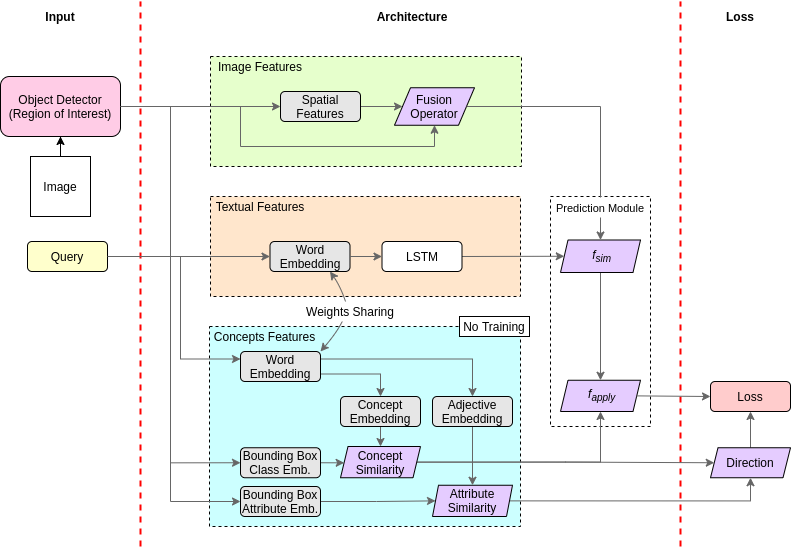
Before: figures/model-architecture.png, a diagram exported from draw.io (lparolari/master-thesis-report). Source tidied: cells renumbered, new cells last; positions are measured from the earlier drawing's top-left corner, leaving out a move shared by most shapes. Source of this version:
```xml
<mxGraphModel>
  <root>
    <mxCell id="0" />
    <mxCell id="1" parent="0" />
    <mxCell id="2" style="whiteSpace=wrap;html=1;shadow=0;dashed=1;fontStyle=0;fillColor=#FFFFFF;" parent="1" vertex="1">
      <mxGeometry x="550" y="195" width="100" height="230" as="geometry" />
    </mxCell>
    <mxCell id="3" style="whiteSpace=wrap;html=1;shadow=0;dashed=1;fontStyle=0;fillColor=#CCFFFF;" parent="1" vertex="1">
      <mxGeometry x="209" y="325" width="311" height="200" as="geometry" />
    </mxCell>
    <mxCell id="4" style="whiteSpace=wrap;html=1;shadow=0;dashed=1;fontStyle=0;fillColor=#FFE6CC;" parent="1" vertex="1">
      <mxGeometry x="210" y="195" width="310" height="100" as="geometry" />
    </mxCell>
    <mxCell id="5" style="whiteSpace=wrap;html=1;shadow=0;dashed=1;fontStyle=0;fillColor=#E6FFCC;" parent="1" vertex="1">
      <mxGeometry x="210" y="55" width="311" height="110" as="geometry" />
    </mxCell>
    <mxCell id="6" style="edgeStyle=orthogonalEdgeStyle;rounded=0;jettySize=auto;html=1;exitX=1;exitY=0.5;exitDx=0;exitDy=0;entryX=0;entryY=0.5;entryDx=0;entryDy=0;strokeColor=#666666;" parent="1" edge="1" source="8" target="14">
      <mxGeometry relative="1" as="geometry" />
    </mxCell>
    <mxCell id="7" style="edgeStyle=orthogonalEdgeStyle;rounded=0;jettySize=auto;html=1;exitX=1;exitY=0.5;exitDx=0;exitDy=0;entryX=0.5;entryY=1;entryDx=0;entryDy=0;strokeColor=#666666;" parent="1" edge="1" source="8" target="40">
      <mxGeometry relative="1" as="geometry">
        <Array as="points">
          <mxPoint x="240" y="105" />
          <mxPoint x="240" y="145" />
          <mxPoint x="434" y="145" />
        </Array>
      </mxGeometry>
    </mxCell>
    <mxCell id="8" value="Object Detector&lt;br&gt;(Region of Interest)" style="rounded=1;whiteSpace=wrap;html=1;fillColor=#FFCCE6;" parent="1" vertex="1">
      <mxGeometry y="75" width="120" height="60" as="geometry" />
    </mxCell>
    <mxCell id="9" style="edgeStyle=none;rounded=0;jettySize=auto;html=1;exitX=1;exitY=0.5;exitDx=0;exitDy=0;entryX=0;entryY=0.5;entryDx=0;entryDy=0;strokeColor=#666666;" parent="1" edge="1" source="10" target="17">
      <mxGeometry relative="1" as="geometry" />
    </mxCell>
    <mxCell id="10" value="Query" style="rounded=1;whiteSpace=wrap;html=1;fillColor=#FFFFCC;" parent="1" vertex="1">
      <mxGeometry x="27" y="240" width="80" height="30" as="geometry" />
    </mxCell>
    <mxCell id="11" style="edgeStyle=orthogonalEdgeStyle;rounded=0;jettySize=auto;html=1;" parent="1" edge="1" source="12" target="8">
      <mxGeometry relative="1" as="geometry" />
    </mxCell>
    <mxCell id="12" value="Image" style="rounded=0;whiteSpace=wrap;html=1;" parent="1" vertex="1">
      <mxGeometry x="30" y="155" width="60" height="60" as="geometry" />
    </mxCell>
    <mxCell id="13" style="edgeStyle=orthogonalEdgeStyle;rounded=0;jettySize=auto;html=1;entryX=0;entryY=0.5;entryDx=0;entryDy=0;strokeColor=#666666;" parent="1" edge="1" source="14" target="40">
      <mxGeometry relative="1" as="geometry" />
    </mxCell>
    <mxCell id="14" value="Spatial Features" style="rounded=1;whiteSpace=wrap;html=1;fillColor=#E6E6E6;shadow=0;" parent="1" vertex="1">
      <mxGeometry x="280" y="90" width="80" height="30" as="geometry" />
    </mxCell>
    <mxCell id="15" style="endArrow=none;dashed=1;html=1;strokeColor=#FF0000;strokeWidth=2;" parent="1" edge="1">
      <mxGeometry relative="1" as="geometry">
        <mxPoint x="140" y="545" as="sourcePoint" />
        <mxPoint x="140" as="targetPoint" />
      </mxGeometry>
    </mxCell>
    <mxCell id="16" value="Image Features" style="text;html=1;strokeColor=none;fillColor=none;align=center;verticalAlign=middle;whiteSpace=wrap;rounded=0;shadow=0;" parent="1" vertex="1">
      <mxGeometry x="209" y="55" width="102" height="20" as="geometry" />
    </mxCell>
    <mxCell id="17" value="Word Embedding" style="rounded=1;whiteSpace=wrap;html=1;fillColor=#E6E6E6;" parent="1" vertex="1">
      <mxGeometry x="269.5" y="240" width="80" height="30" as="geometry" />
    </mxCell>
    <mxCell id="18" style="edgeStyle=none;rounded=0;jettySize=auto;html=1;exitX=1;exitY=0.5;exitDx=0;exitDy=0;entryX=0;entryY=0.5;entryDx=0;entryDy=0;strokeColor=#666666;" parent="1" edge="1" source="19" target="23">
      <mxGeometry relative="1" as="geometry" />
    </mxCell>
    <mxCell id="19" value="LSTM" style="rounded=1;whiteSpace=wrap;html=1;" parent="1" vertex="1">
      <mxGeometry x="381.5" y="240" width="80" height="30" as="geometry" />
    </mxCell>
    <mxCell id="20" style="edgeStyle=orthogonalEdgeStyle;rounded=0;jettySize=auto;html=1;strokeColor=#666666;" parent="1" edge="1" source="17" target="19">
      <mxGeometry x="250" y="240" as="geometry" />
    </mxCell>
    <mxCell id="21" value="Textual Features" style="text;html=1;strokeColor=none;fillColor=none;align=center;verticalAlign=middle;whiteSpace=wrap;rounded=0;shadow=0;" parent="1" vertex="1">
      <mxGeometry x="210" y="195" width="100" height="20" as="geometry" />
    </mxCell>
    <mxCell id="22" style="rounded=0;jettySize=auto;html=1;exitX=1;exitY=0.5;exitDx=0;exitDy=0;entryX=0.5;entryY=0;entryDx=0;entryDy=0;edgeStyle=orthogonalEdgeStyle;strokeColor=#666666;" parent="1" edge="1" source="23" target="38">
      <mxGeometry relative="1" as="geometry">
        <Array as="points">
          <mxPoint x="616" y="255" />
          <mxPoint x="580" y="255" />
        </Array>
      </mxGeometry>
    </mxCell>
    <mxCell id="23" value="&amp;nbsp;&lt;i&gt;f&lt;/i&gt;&lt;sub&gt;&lt;i&gt;sim&lt;/i&gt;&lt;/sub&gt;" style="shape=parallelogram;perimeter=parallelogramPerimeter;whiteSpace=wrap;html=1;fillColor=#E5CCFF;size=0.09375;" parent="1" vertex="1">
      <mxGeometry x="560" y="238.5" width="80" height="32.5" as="geometry" />
    </mxCell>
    <mxCell id="24" style="endArrow=none;dashed=1;html=1;strokeColor=#FF0000;strokeWidth=2;" parent="1" edge="1">
      <mxGeometry relative="1" as="geometry">
        <mxPoint x="680" y="545" as="sourcePoint" />
        <mxPoint x="680" as="targetPoint" />
      </mxGeometry>
    </mxCell>
    <mxCell id="25" value="Loss" style="rounded=1;whiteSpace=wrap;html=1;fillColor=#FFCCCC;" parent="1" vertex="1">
      <mxGeometry x="710" y="380" width="80" height="30" as="geometry" />
    </mxCell>
    <mxCell id="26" style="edgeStyle=none;rounded=0;orthogonalLoop=1;jettySize=auto;html=1;exitX=0.75;exitY=1;exitDx=0;exitDy=0;" parent="1" edge="1" source="25" target="25">
      <mxGeometry relative="1" as="geometry" />
    </mxCell>
    <mxCell id="27" value="Input" style="text;html=1;strokeColor=none;fillColor=none;align=center;verticalAlign=middle;whiteSpace=wrap;rounded=0;shadow=0;fontStyle=1;" parent="1" vertex="1">
      <mxGeometry x="40" y="5" width="40" height="20" as="geometry" />
    </mxCell>
    <mxCell id="28" value="Architecture" style="text;html=1;strokeColor=none;fillColor=none;align=center;verticalAlign=middle;whiteSpace=wrap;rounded=0;shadow=0;fontStyle=1;" parent="1" vertex="1">
      <mxGeometry x="392" y="5" width="40" height="20" as="geometry" />
    </mxCell>
    <mxCell id="29" value="Loss" style="text;html=1;strokeColor=none;fillColor=none;align=center;verticalAlign=middle;whiteSpace=wrap;rounded=0;shadow=0;fontStyle=1;" parent="1" vertex="1">
      <mxGeometry x="720" y="5" width="40" height="20" as="geometry" />
    </mxCell>
    <mxCell id="30" style="edgeStyle=orthogonalEdgeStyle;rounded=0;jettySize=auto;html=1;exitX=1;exitY=0.5;exitDx=0;exitDy=0;entryX=0;entryY=0.5;entryDx=0;entryDy=0;strokeColor=#666666;" parent="1" edge="1" source="31" target="37">
      <mxGeometry relative="1" as="geometry" />
    </mxCell>
    <mxCell id="31" value="Bounding Box&lt;br&gt;Class Emb." style="rounded=1;whiteSpace=wrap;html=1;shadow=0;fillColor=#E6E6E6;" parent="1" vertex="1">
      <mxGeometry x="240" y="446.2" width="80" height="30" as="geometry" />
    </mxCell>
    <mxCell id="32" value="Concepts Features" style="text;html=1;strokeColor=none;fillColor=none;align=center;verticalAlign=middle;whiteSpace=wrap;rounded=0;shadow=0;" parent="1" vertex="1">
      <mxGeometry x="209" y="325" width="111" height="20" as="geometry" />
    </mxCell>
    <mxCell id="33" style="edgeStyle=orthogonalEdgeStyle;rounded=0;jettySize=auto;html=1;exitX=0.5;exitY=1;exitDx=0;exitDy=0;entryX=0.5;entryY=0;entryDx=0;entryDy=0;strokeColor=#666666;" parent="1" edge="1" source="34" target="37">
      <mxGeometry relative="1" as="geometry" />
    </mxCell>
    <mxCell id="34" value="Concept&lt;br&gt;Embedding" style="rounded=1;whiteSpace=wrap;html=1;shadow=0;fillColor=#E6E6E6;" parent="1" vertex="1">
      <mxGeometry x="340" y="395" width="80" height="30" as="geometry" />
    </mxCell>
    <mxCell id="35" style="edgeStyle=orthogonalEdgeStyle;rounded=0;jettySize=auto;html=1;exitX=1;exitY=0.5;exitDx=0;exitDy=0;entryX=0;entryY=0.5;entryDx=0;entryDy=0;strokeColor=#666666;" parent="1" edge="1" source="37" target="49">
      <mxGeometry relative="1" as="geometry" />
    </mxCell>
    <mxCell id="36" style="edgeStyle=orthogonalEdgeStyle;rounded=0;jettySize=auto;html=1;exitX=1;exitY=0.5;exitDx=0;exitDy=0;entryX=0.5;entryY=1;entryDx=0;entryDy=0;strokeColor=#666666;" parent="1" edge="1" source="37" target="38">
      <mxGeometry relative="1" as="geometry" />
    </mxCell>
    <mxCell id="37" value="Concept&lt;br&gt;Similarity" style="shape=parallelogram;perimeter=parallelogramPerimeter;whiteSpace=wrap;html=1;fillColor=#E5CCFF;size=0.09375;" parent="1" vertex="1">
      <mxGeometry x="340" y="445" width="80" height="31.2" as="geometry" />
    </mxCell>
    <mxCell id="38" value="&amp;nbsp;&lt;i&gt;f&lt;/i&gt;&lt;sub&gt;&lt;i&gt;apply&lt;/i&gt;&lt;/sub&gt;" style="shape=parallelogram;perimeter=parallelogramPerimeter;whiteSpace=wrap;html=1;fillColor=#E5CCFF;size=0.09375;" parent="1" vertex="1">
      <mxGeometry x="560" y="378.8" width="80" height="31.2" as="geometry" />
    </mxCell>
    <mxCell id="39" style="endArrow=classic;html=1;entryX=0;entryY=0.5;entryDx=0;entryDy=0;exitX=1;exitY=0.5;exitDx=0;exitDy=0;strokeColor=#666666;" parent="1" edge="1" source="38" target="25">
      <mxGeometry relative="1" as="geometry" />
    </mxCell>
    <mxCell id="40" value="Fusion&lt;br&gt;Operator" style="shape=parallelogram;perimeter=parallelogramPerimeter;whiteSpace=wrap;html=1;fillColor=#E5CCFF;" parent="1" vertex="1">
      <mxGeometry x="394" y="86.2" width="80" height="37.5" as="geometry" />
    </mxCell>
    <mxCell id="41" style="edgeStyle=orthogonalEdgeStyle;rounded=0;jettySize=auto;html=1;exitX=1;exitY=0.5;exitDx=0;exitDy=0;entryX=0;entryY=0.25;entryDx=0;entryDy=0;strokeColor=#666666;" parent="1" edge="1" source="10" target="47">
      <mxGeometry relative="1" as="geometry">
        <Array as="points">
          <mxPoint x="180" y="255" />
          <mxPoint x="180" y="358" />
        </Array>
      </mxGeometry>
    </mxCell>
    <mxCell id="42" style="edgeStyle=orthogonalEdgeStyle;rounded=0;jettySize=auto;html=1;exitX=1;exitY=0.5;exitDx=0;exitDy=0;entryX=0;entryY=0.5;entryDx=0;entryDy=0;strokeColor=#666666;" parent="1" edge="1" source="8" target="31">
      <mxGeometry relative="1" as="geometry">
        <Array as="points">
          <mxPoint x="170" y="105" />
          <mxPoint x="170" y="461" />
        </Array>
      </mxGeometry>
    </mxCell>
    <mxCell id="43" style="edgeStyle=orthogonalEdgeStyle;rounded=0;jettySize=auto;html=1;exitX=1;exitY=0.5;exitDx=0;exitDy=0;entryX=0;entryY=0.5;entryDx=0;entryDy=0;strokeColor=#666666;" parent="1" edge="1" source="44" target="54">
      <mxGeometry relative="1" as="geometry" />
    </mxCell>
    <mxCell id="44" value="Bounding Box&lt;br&gt;Attribute Emb." style="rounded=1;whiteSpace=wrap;html=1;shadow=0;fillColor=#E6E6E6;" parent="1" vertex="1">
      <mxGeometry x="240" y="485" width="80" height="30" as="geometry" />
    </mxCell>
    <mxCell id="45" style="edgeStyle=orthogonalEdgeStyle;rounded=0;jettySize=auto;html=1;exitX=1;exitY=0.75;exitDx=0;exitDy=0;entryX=0.5;entryY=0;entryDx=0;entryDy=0;strokeColor=#666666;" parent="1" edge="1" source="47" target="34">
      <mxGeometry relative="1" as="geometry" />
    </mxCell>
    <mxCell id="46" style="edgeStyle=orthogonalEdgeStyle;rounded=0;jettySize=auto;html=1;exitX=1;exitY=0.25;exitDx=0;exitDy=0;entryX=0.5;entryY=0;entryDx=0;entryDy=0;strokeColor=#666666;" parent="1" edge="1" source="47" target="51">
      <mxGeometry relative="1" as="geometry" />
    </mxCell>
    <mxCell id="47" value="Word Embedding" style="rounded=1;whiteSpace=wrap;html=1;fillColor=#E6E6E6;" parent="1" vertex="1">
      <mxGeometry x="240" y="350" width="80" height="30" as="geometry" />
    </mxCell>
    <mxCell id="48" style="edgeStyle=orthogonalEdgeStyle;rounded=0;jettySize=auto;html=1;exitX=0.5;exitY=0;exitDx=0;exitDy=0;strokeColor=#666666;" parent="1" edge="1" source="49" target="25">
      <mxGeometry relative="1" as="geometry" />
    </mxCell>
    <mxCell id="49" value="Direction" style="shape=parallelogram;perimeter=parallelogramPerimeter;whiteSpace=wrap;html=1;fillColor=#E5CCFF;size=0.09375;" parent="1" vertex="1">
      <mxGeometry x="710" y="446.2" width="80" height="30" as="geometry" />
    </mxCell>
    <mxCell id="50" style="edgeStyle=orthogonalEdgeStyle;rounded=0;jettySize=auto;html=1;exitX=0.5;exitY=1;exitDx=0;exitDy=0;entryX=0.5;entryY=0;entryDx=0;entryDy=0;strokeColor=#666666;" parent="1" edge="1" source="51" target="54">
      <mxGeometry relative="1" as="geometry" />
    </mxCell>
    <mxCell id="51" value="Adjective&lt;br&gt;Embedding" style="rounded=1;whiteSpace=wrap;html=1;shadow=0;fillColor=#E6E6E6;" parent="1" vertex="1">
      <mxGeometry x="432" y="395" width="80" height="30" as="geometry" />
    </mxCell>
    <mxCell id="52" value="No Training" style="rounded=0;whiteSpace=wrap;html=1;fillColor=#FFFFFF;" parent="1" vertex="1">
      <mxGeometry x="459" y="315" width="70" height="20" as="geometry" />
    </mxCell>
    <mxCell id="53" style="edgeStyle=orthogonalEdgeStyle;rounded=0;jettySize=auto;html=1;exitX=1;exitY=0.5;exitDx=0;exitDy=0;entryX=0.5;entryY=1;entryDx=0;entryDy=0;strokeColor=#666666;" parent="1" edge="1" source="54" target="49">
      <mxGeometry relative="1" as="geometry" />
    </mxCell>
    <mxCell id="54" value="Attribute&lt;br&gt;Similarity" style="shape=parallelogram;perimeter=parallelogramPerimeter;whiteSpace=wrap;html=1;fillColor=#E5CCFF;size=0.07500000000000001;" parent="1" vertex="1">
      <mxGeometry x="432" y="483.8" width="80" height="31.2" as="geometry" />
    </mxCell>
    <mxCell id="55" style="edgeStyle=orthogonalEdgeStyle;rounded=0;jettySize=auto;html=1;exitX=1;exitY=0.5;exitDx=0;exitDy=0;entryX=0;entryY=0.5;entryDx=0;entryDy=0;strokeColor=#666666;" parent="1" edge="1" source="8" target="44">
      <mxGeometry relative="1" as="geometry">
        <Array as="points">
          <mxPoint x="170" y="105" />
          <mxPoint x="170" y="500" />
        </Array>
      </mxGeometry>
    </mxCell>
    <mxCell id="56" style="curved=1;startArrow=classic;endArrow=classic;html=1;rounded=0;exitX=1;exitY=0;exitDx=0;exitDy=0;entryX=0.75;entryY=1;entryDx=0;entryDy=0;strokeColor=#666666;" parent="1" edge="1" source="47" target="17">
      <mxGeometry relative="1" as="geometry">
        <Array as="points">
          <mxPoint x="350" y="315" />
          <mxPoint x="340" y="285" />
        </Array>
      </mxGeometry>
    </mxCell>
    <mxCell id="57" value="Weights Sharing" style="text;html=1;strokeColor=none;fillColor=#FFFFFF;align=center;verticalAlign=middle;whiteSpace=wrap;rounded=0;rotation=0;" parent="1" vertex="1">
      <mxGeometry x="294.5" y="300" width="110" height="20" as="geometry" />
    </mxCell>
    <mxCell id="58" style="edgeStyle=orthogonalEdgeStyle;rounded=0;jettySize=auto;html=1;exitX=1;exitY=0.5;exitDx=0;exitDy=0;entryX=0.5;entryY=0;entryDx=0;entryDy=0;strokeColor=#666666;" parent="1" edge="1" source="40" target="23">
      <mxGeometry relative="1" as="geometry">
        <Array as="points">
          <mxPoint x="600" y="105" />
        </Array>
      </mxGeometry>
    </mxCell>
    <mxCell id="59" value="&lt;font style=&quot;font-size: 11px&quot;&gt;Prediction Module&lt;/font&gt;" style="text;html=1;strokeColor=none;fillColor=#FFFFFF;align=center;verticalAlign=middle;whiteSpace=wrap;rounded=0;shadow=0;rotation=0;" parent="1" vertex="1">
      <mxGeometry x="551" y="196" width="98" height="20" as="geometry" />
    </mxCell>
  </root>
</mxGraphModel>
```
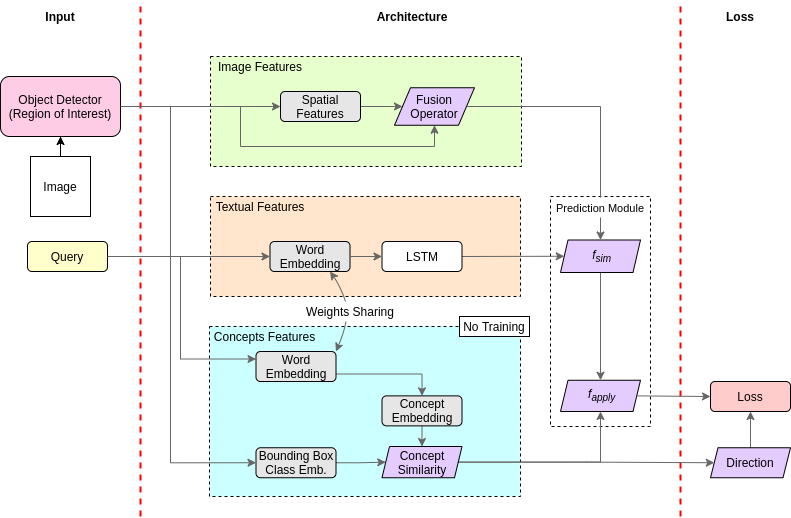
The same diagram one commit later.

Commit message:
fix: remove attributes from model architecture picture

What changed in the source:
```diff
@@ -6,7 +6,7 @@
       <mxGeometry x="550" y="195" width="100" height="230" as="geometry" />
     </mxCell>
     <mxCell id="3" style="whiteSpace=wrap;html=1;shadow=0;dashed=1;fontStyle=0;fillColor=#CCFFFF;" parent="1" vertex="1">
-      <mxGeometry x="209" y="325" width="311" height="200" as="geometry" />
+      <mxGeometry x="209" y="325" width="311" height="170" as="geometry" />
     </mxCell>
     <mxCell id="4" style="whiteSpace=wrap;html=1;shadow=0;dashed=1;fontStyle=0;fillColor=#FFE6CC;" parent="1" vertex="1">
       <mxGeometry x="210" y="195" width="310" height="100" as="geometry" />
@@ -49,7 +49,7 @@
     </mxCell>
     <mxCell id="15" style="endArrow=none;dashed=1;html=1;strokeColor=#FF0000;strokeWidth=2;" parent="1" edge="1">
       <mxGeometry relative="1" as="geometry">
-        <mxPoint x="140" y="545" as="sourcePoint" />
+        <mxPoint x="140" y="515" as="sourcePoint" />
         <mxPoint x="140" as="targetPoint" />
       </mxGeometry>
     </mxCell>
@@ -84,7 +84,7 @@
     </mxCell>
     <mxCell id="24" style="endArrow=none;dashed=1;html=1;strokeColor=#FF0000;strokeWidth=2;" parent="1" edge="1">
       <mxGeometry relative="1" as="geometry">
-        <mxPoint x="680" y="545" as="sourcePoint" />
+        <mxPoint x="680" y="515" as="sourcePoint" />
         <mxPoint x="680" as="targetPoint" />
       </mxGeometry>
     </mxCell>
@@ -107,7 +107,7 @@
       <mxGeometry relative="1" as="geometry" />
     </mxCell>
     <mxCell id="31" value="Bounding Box&lt;br&gt;Class Emb." style="rounded=1;whiteSpace=wrap;html=1;shadow=0;fillColor=#E6E6E6;" parent="1" vertex="1">
-      <mxGeometry x="240" y="446.2" width="80" height="30" as="geometry" />
+      <mxGeometry x="255.5" y="446.2" width="80" height="30" as="geometry" />
     </mxCell>
     <mxCell id="32" value="Concepts Features" style="text;html=1;strokeColor=none;fillColor=none;align=center;verticalAlign=middle;whiteSpace=wrap;rounded=0;shadow=0;" parent="1" vertex="1">
       <mxGeometry x="209" y="325" width="111" height="20" as="geometry" />
@@ -116,7 +116,7 @@
       <mxGeometry relative="1" as="geometry" />
     </mxCell>
     <mxCell id="34" value="Concept&lt;br&gt;Embedding" style="rounded=1;whiteSpace=wrap;html=1;shadow=0;fillColor=#E6E6E6;" parent="1" vertex="1">
-      <mxGeometry x="340" y="395" width="80" height="30" as="geometry" />
+      <mxGeometry x="381.5" y="394.4" width="80" height="30" as="geometry" />
     </mxCell>
     <mxCell id="35" style="edgeStyle=orthogonalEdgeStyle;rounded=0;jettySize=auto;html=1;exitX=1;exitY=0.5;exitDx=0;exitDy=0;entryX=0;entryY=0.5;entryDx=0;entryDy=0;strokeColor=#666666;" parent="1" edge="1" source="37" target="49">
       <mxGeometry relative="1" as="geometry" />
@@ -125,7 +125,7 @@
       <mxGeometry relative="1" as="geometry" />
     </mxCell>
     <mxCell id="37" value="Concept&lt;br&gt;Similarity" style="shape=parallelogram;perimeter=parallelogramPerimeter;whiteSpace=wrap;html=1;fillColor=#E5CCFF;size=0.09375;" parent="1" vertex="1">
-      <mxGeometry x="340" y="445" width="80" height="31.2" as="geometry" />
+      <mxGeometry x="381.5" y="445" width="80" height="31.2" as="geometry" />
     </mxCell>
     <mxCell id="38" value="&amp;nbsp;&lt;i&gt;f&lt;/i&gt;&lt;sub&gt;&lt;i&gt;apply&lt;/i&gt;&lt;/sub&gt;" style="shape=parallelogram;perimeter=parallelogramPerimeter;whiteSpace=wrap;html=1;fillColor=#E5CCFF;size=0.09375;" parent="1" vertex="1">
       <mxGeometry x="560" y="378.8" width="80" height="31.2" as="geometry" />
@@ -152,20 +152,11 @@
         </Array>
       </mxGeometry>
     </mxCell>
-    <mxCell id="43" style="edgeStyle=orthogonalEdgeStyle;rounded=0;jettySize=auto;html=1;exitX=1;exitY=0.5;exitDx=0;exitDy=0;entryX=0;entryY=0.5;entryDx=0;entryDy=0;strokeColor=#666666;" parent="1" edge="1" source="44" target="54">
-      <mxGeometry relative="1" as="geometry" />
-    </mxCell>
-    <mxCell id="44" value="Bounding Box&lt;br&gt;Attribute Emb." style="rounded=1;whiteSpace=wrap;html=1;shadow=0;fillColor=#E6E6E6;" parent="1" vertex="1">
-      <mxGeometry x="240" y="485" width="80" height="30" as="geometry" />
-    </mxCell>
     <mxCell id="45" style="edgeStyle=orthogonalEdgeStyle;rounded=0;jettySize=auto;html=1;exitX=1;exitY=0.75;exitDx=0;exitDy=0;entryX=0.5;entryY=0;entryDx=0;entryDy=0;strokeColor=#666666;" parent="1" edge="1" source="47" target="34">
       <mxGeometry relative="1" as="geometry" />
     </mxCell>
-    <mxCell id="46" style="edgeStyle=orthogonalEdgeStyle;rounded=0;jettySize=auto;html=1;exitX=1;exitY=0.25;exitDx=0;exitDy=0;entryX=0.5;entryY=0;entryDx=0;entryDy=0;strokeColor=#666666;" parent="1" edge="1" source="47" target="51">
-      <mxGeometry relative="1" as="geometry" />
-    </mxCell>
     <mxCell id="47" value="Word Embedding" style="rounded=1;whiteSpace=wrap;html=1;fillColor=#E6E6E6;" parent="1" vertex="1">
-      <mxGeometry x="240" y="350" width="80" height="30" as="geometry" />
+      <mxGeometry x="255.5" y="350" width="80" height="30" as="geometry" />
     </mxCell>
     <mxCell id="48" style="edgeStyle=orthogonalEdgeStyle;rounded=0;jettySize=auto;html=1;exitX=0.5;exitY=0;exitDx=0;exitDy=0;strokeColor=#666666;" parent="1" edge="1" source="49" target="25">
       <mxGeometry relative="1" as="geometry" />
@@ -173,29 +164,9 @@
     <mxCell id="49" value="Direction" style="shape=parallelogram;perimeter=parallelogramPerimeter;whiteSpace=wrap;html=1;fillColor=#E5CCFF;size=0.09375;" parent="1" vertex="1">
       <mxGeometry x="710" y="446.2" width="80" height="30" as="geometry" />
     </mxCell>
-    <mxCell id="50" style="edgeStyle=orthogonalEdgeStyle;rounded=0;jettySize=auto;html=1;exitX=0.5;exitY=1;exitDx=0;exitDy=0;entryX=0.5;entryY=0;entryDx=0;entryDy=0;strokeColor=#666666;" parent="1" edge="1" source="51" target="54">
-      <mxGeometry relative="1" as="geometry" />
-    </mxCell>
-    <mxCell id="51" value="Adjective&lt;br&gt;Embedding" style="rounded=1;whiteSpace=wrap;html=1;shadow=0;fillColor=#E6E6E6;" parent="1" vertex="1">
-      <mxGeometry x="432" y="395" width="80" height="30" as="geometry" />
-    </mxCell>
     <mxCell id="52" value="No Training" style="rounded=0;whiteSpace=wrap;html=1;fillColor=#FFFFFF;" parent="1" vertex="1">
       <mxGeometry x="459" y="315" width="70" height="20" as="geometry" />
     </mxCell>
-    <mxCell id="53" style="edgeStyle=orthogonalEdgeStyle;rounded=0;jettySize=auto;html=1;exitX=1;exitY=0.5;exitDx=0;exitDy=0;entryX=0.5;entryY=1;entryDx=0;entryDy=0;strokeColor=#666666;" parent="1" edge="1" source="54" target="49">
-      <mxGeometry relative="1" as="geometry" />
-    </mxCell>
-    <mxCell id="54" value="Attribute&lt;br&gt;Similarity" style="shape=parallelogram;perimeter=parallelogramPerimeter;whiteSpace=wrap;html=1;fillColor=#E5CCFF;size=0.07500000000000001;" parent="1" vertex="1">
-      <mxGeometry x="432" y="483.8" width="80" height="31.2" as="geometry" />
-    </mxCell>
-    <mxCell id="55" style="edgeStyle=orthogonalEdgeStyle;rounded=0;jettySize=auto;html=1;exitX=1;exitY=0.5;exitDx=0;exitDy=0;entryX=0;entryY=0.5;entryDx=0;entryDy=0;strokeColor=#666666;" parent="1" edge="1" source="8" target="44">
-      <mxGeometry relative="1" as="geometry">
-        <Array as="points">
-          <mxPoint x="170" y="105" />
-          <mxPoint x="170" y="500" />
-        </Array>
-      </mxGeometry>
-    </mxCell>
     <mxCell id="56" style="curved=1;startArrow=classic;endArrow=classic;html=1;rounded=0;exitX=1;exitY=0;exitDx=0;exitDy=0;entryX=0.75;entryY=1;entryDx=0;entryDy=0;strokeColor=#666666;" parent="1" edge="1" source="47" target="17">
       <mxGeometry relative="1" as="geometry">
         <Array as="points">
```
